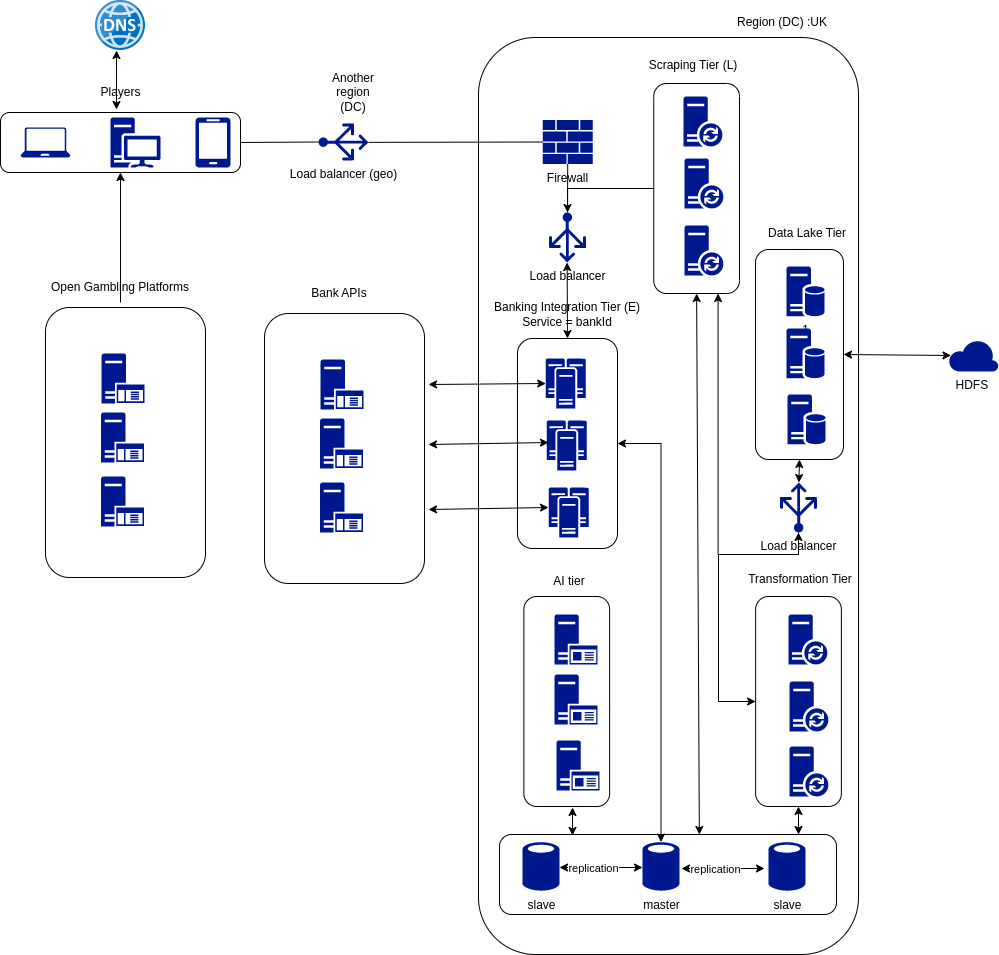
The draw.io diagram pictures/player_risk_score.drawio.png in hkravtsov/affordability, before a commit. Source tidied: cells renumbered, new cells last; positions are measured from the earlier drawing's top-left corner, leaving out a move shared by most shapes.
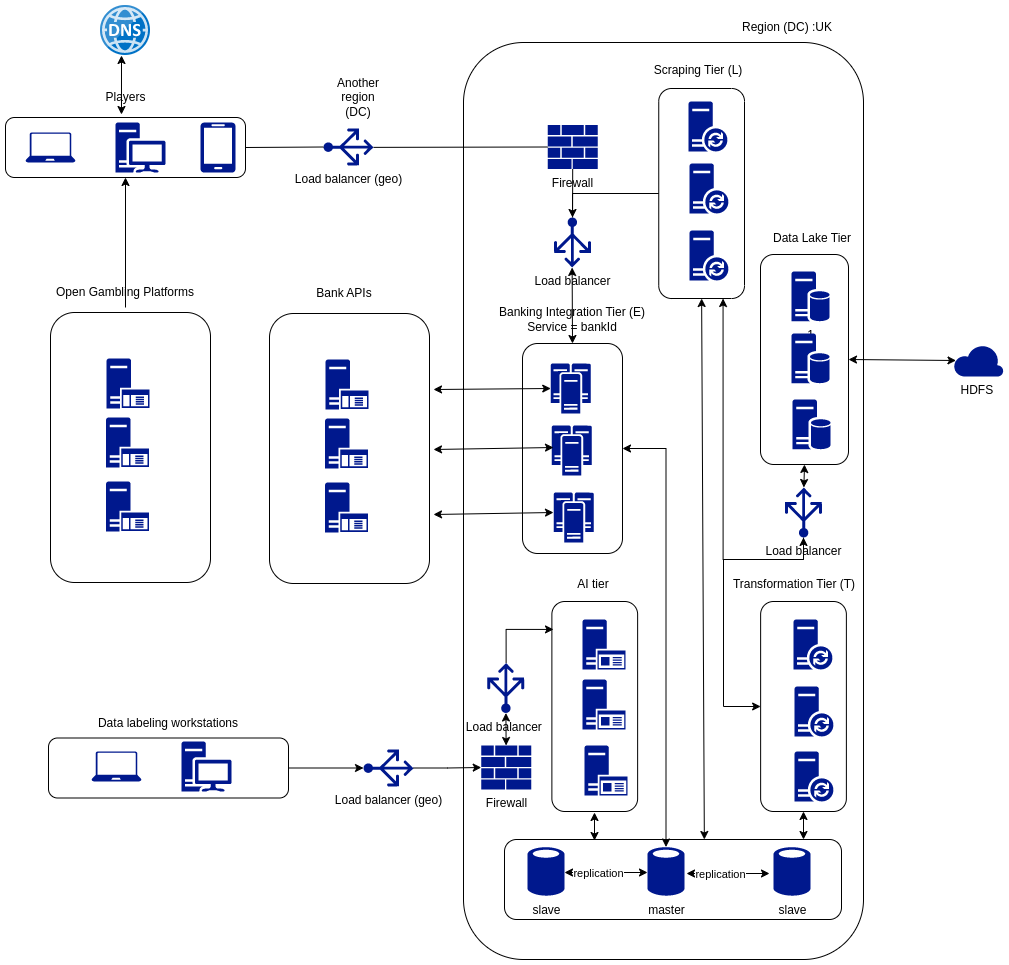
After the commit.

Commit message:
Architectural design -2

What changed in the source:
```diff
@@ -3,10 +3,10 @@
     <mxCell id="0" />
     <mxCell id="1" parent="0" />
     <mxCell id="2" style="rounded=1;whiteSpace=wrap;html=1;" parent="1" vertex="1">
-      <mxGeometry x="478" y="37" width="380" height="917" as="geometry" />
+      <mxGeometry x="458" y="37" width="400" height="917" as="geometry" />
     </mxCell>
     <mxCell id="3" style="rounded=1;whiteSpace=wrap;html=1;" parent="1" vertex="1">
-      <mxGeometry x="264" y="313" width="160" height="270" as="geometry" />
+      <mxGeometry x="264" y="308" width="160" height="270" as="geometry" />
     </mxCell>
     <mxCell id="4" value="Load balancer (geo)" style="sketch=0;shadow=0;dashed=0;html=1;strokeColor=none;labelPosition=center;verticalLabelPosition=bottom;verticalAlign=top;align=center;fillColor=#00188D;shape=mxgraph.azure.load_balancer_generic;direction=north;" parent="1" vertex="1">
       <mxGeometry x="318" y="123" width="50" height="37" as="geometry" />
@@ -38,16 +38,16 @@
       <mxGeometry relative="1" as="geometry" />
     </mxCell>
     <mxCell id="13" style="sketch=0;shadow=0;dashed=0;html=1;strokeColor=none;labelPosition=center;verticalLabelPosition=bottom;verticalAlign=top;align=center;fillColor=#00188D;shape=mxgraph.mscae.enterprise.application_server;" parent="1" vertex="1">
-      <mxGeometry x="320" y="359" width="43" height="50" as="geometry" />
+      <mxGeometry x="320" y="354" width="43" height="50" as="geometry" />
     </mxCell>
     <mxCell id="14" style="sketch=0;shadow=0;dashed=0;html=1;strokeColor=none;labelPosition=center;verticalLabelPosition=bottom;verticalAlign=top;align=center;fillColor=#00188D;shape=mxgraph.mscae.enterprise.application_server;" parent="1" vertex="1">
-      <mxGeometry x="319.5" y="418" width="43" height="50" as="geometry" />
+      <mxGeometry x="319.5" y="413" width="43" height="50" as="geometry" />
     </mxCell>
     <mxCell id="15" style="sketch=0;shadow=0;dashed=0;html=1;strokeColor=none;labelPosition=center;verticalLabelPosition=bottom;verticalAlign=top;align=center;fillColor=#00188D;shape=mxgraph.mscae.enterprise.application_server;" parent="1" vertex="1">
-      <mxGeometry x="319.5" y="482" width="43" height="50" as="geometry" />
+      <mxGeometry x="319.5" y="477" width="43" height="50" as="geometry" />
     </mxCell>
     <mxCell id="16" value="Bank APIs" style="text;html=1;align=center;verticalAlign=middle;whiteSpace=wrap;rounded=0;" parent="1" vertex="1">
-      <mxGeometry x="254" y="278" width="170" height="30" as="geometry" />
+      <mxGeometry x="254" y="273" width="170" height="30" as="geometry" />
     </mxCell>
     <mxCell id="17" style="rounded=1;whiteSpace=wrap;html=1;" parent="1" vertex="1">
       <mxGeometry x="517" y="338" width="100" height="210" as="geometry" />
@@ -191,14 +191,14 @@
     <mxCell id="57" style="rounded=1;whiteSpace=wrap;html=1;" parent="1" vertex="1">
       <mxGeometry x="755.1" y="596" width="85.8" height="210" as="geometry" />
     </mxCell>
-    <mxCell id="58" value="Transformation Tier" style="text;html=1;align=center;verticalAlign=middle;whiteSpace=wrap;rounded=0;" parent="1" vertex="1">
-      <mxGeometry x="714.5" y="564" width="170" height="30" as="geometry" />
+    <mxCell id="58" value="Transformation Tier (T)" style="text;html=1;align=center;verticalAlign=middle;whiteSpace=wrap;rounded=0;" parent="1" vertex="1">
+      <mxGeometry x="703.5" y="564" width="170" height="30" as="geometry" />
     </mxCell>
     <mxCell id="59" style="endArrow=classic;startArrow=classic;html=1;rounded=0;entryX=0.42;entryY=1;entryDx=0;entryDy=0;entryPerimeter=0;exitX=0.433;exitY=1.067;exitDx=0;exitDy=0;exitPerimeter=0;" parent="1" edge="1" source="31" target="30">
       <mxGeometry relative="1" as="geometry" />
     </mxCell>
     <mxCell id="60" style="rounded=1;whiteSpace=wrap;html=1;" parent="1" vertex="1">
-      <mxGeometry x="523.4" y="596" width="85.8" height="210" as="geometry" />
+      <mxGeometry x="546.4" y="596" width="85.8" height="210" as="geometry" />
     </mxCell>
     <mxCell id="61" style="sketch=0;shadow=0;dashed=0;html=1;strokeColor=none;labelPosition=center;verticalLabelPosition=bottom;verticalAlign=top;align=center;fillColor=#00188D;shape=mxgraph.mscae.enterprise.database_synchronization;" parent="1" vertex="1">
       <mxGeometry x="788" y="614" width="39" height="50" as="geometry" />
@@ -240,16 +240,16 @@
       <mxGeometry relative="1" as="geometry" />
     </mxCell>
     <mxCell id="72" style="sketch=0;shadow=0;dashed=0;html=1;strokeColor=none;labelPosition=center;verticalLabelPosition=bottom;verticalAlign=top;align=center;fillColor=#00188D;shape=mxgraph.mscae.enterprise.application_server2;" parent="1" vertex="1">
-      <mxGeometry x="554" y="614" width="43" height="50" as="geometry" />
+      <mxGeometry x="577" y="614" width="43" height="50" as="geometry" />
     </mxCell>
     <mxCell id="73" style="sketch=0;shadow=0;dashed=0;html=1;strokeColor=none;labelPosition=center;verticalLabelPosition=bottom;verticalAlign=top;align=center;fillColor=#00188D;shape=mxgraph.mscae.enterprise.application_server2;" parent="1" vertex="1">
-      <mxGeometry x="554" y="674" width="43" height="50" as="geometry" />
+      <mxGeometry x="577" y="674" width="43" height="50" as="geometry" />
     </mxCell>
     <mxCell id="74" style="sketch=0;shadow=0;dashed=0;html=1;strokeColor=none;labelPosition=center;verticalLabelPosition=bottom;verticalAlign=top;align=center;fillColor=#00188D;shape=mxgraph.mscae.enterprise.application_server2;" parent="1" vertex="1">
-      <mxGeometry x="556" y="740" width="43" height="50" as="geometry" />
+      <mxGeometry x="579" y="740" width="43" height="50" as="geometry" />
     </mxCell>
     <mxCell id="75" value="AI tier" style="text;html=1;align=center;verticalAlign=middle;whiteSpace=wrap;rounded=0;" parent="1" vertex="1">
-      <mxGeometry x="483.5" y="566" width="170" height="30" as="geometry" />
+      <mxGeometry x="502.5" y="564" width="170" height="30" as="geometry" />
     </mxCell>
     <mxCell id="76" style="endArrow=classic;html=1;rounded=0;entryX=0.5;entryY=1;entryDx=0;entryDy=0;startArrow=classic;startFill=1;endFill=1;" parent="1" edge="1" target="57">
       <mxGeometry relative="1" as="geometry">
@@ -258,9 +258,46 @@
     </mxCell>
     <mxCell id="77" style="endArrow=classic;html=1;rounded=0;entryX=0.5;entryY=1;entryDx=0;entryDy=0;startArrow=classic;startFill=1;endFill=1;" parent="1" edge="1">
       <mxGeometry relative="1" as="geometry">
-        <mxPoint x="572" y="835" as="sourcePoint" />
-        <mxPoint x="572" y="807" as="targetPoint" />
+        <mxPoint x="589" y="835" as="sourcePoint" />
+        <mxPoint x="589" y="807" as="targetPoint" />
       </mxGeometry>
     </mxCell>
+    <mxCell id="78" value="Load balancer (geo)" style="sketch=0;shadow=0;dashed=0;html=1;strokeColor=none;labelPosition=center;verticalLabelPosition=bottom;verticalAlign=top;align=center;fillColor=#00188D;shape=mxgraph.azure.load_balancer_generic;direction=north;" parent="1" vertex="1">
+      <mxGeometry x="358" y="744" width="50" height="37" as="geometry" />
+    </mxCell>
+    <mxCell id="79" style="rounded=1;whiteSpace=wrap;html=1;" parent="1" vertex="1">
+      <mxGeometry x="43" y="732.5" width="240" height="60" as="geometry" />
+    </mxCell>
+    <mxCell id="80" value="Firewall" style="sketch=0;shadow=0;dashed=0;html=1;strokeColor=none;labelPosition=center;verticalLabelPosition=bottom;verticalAlign=top;align=center;fillColor=#00188D;shape=mxgraph.mscae.enterprise.firewall;" parent="1" vertex="1">
+      <mxGeometry x="475.8" y="740" width="50" height="44" as="geometry" />
+    </mxCell>
+    <mxCell id="81" style="edgeStyle=none;rounded=0;jettySize=auto;html=1;startArrow=classic;startFill=1;" parent="1" edge="1" source="82" target="80">
+      <mxGeometry relative="1" as="geometry" />
+    </mxCell>
+    <mxCell id="82" value="Load balancer&amp;nbsp;" style="sketch=0;shadow=0;dashed=0;html=1;strokeColor=none;labelPosition=center;verticalLabelPosition=bottom;verticalAlign=top;align=center;fillColor=#00188D;shape=mxgraph.azure.load_balancer_generic;direction=west;" parent="1" vertex="1">
+      <mxGeometry x="481.8" y="657.5" width="37" height="50" as="geometry" />
+    </mxCell>
+    <mxCell id="83" style="edgeStyle=orthogonalEdgeStyle;rounded=0;jettySize=auto;html=1;exitX=0.49;exitY=1;exitDx=0;exitDy=0;exitPerimeter=0;entryX=0.019;entryY=0.133;entryDx=0;entryDy=0;entryPerimeter=0;" parent="1" edge="1" source="82" target="60">
+      <mxGeometry relative="1" as="geometry">
+        <Array as="points">
+          <mxPoint x="501" y="624" />
+        </Array>
+      </mxGeometry>
+    </mxCell>
+    <mxCell id="84" style="sketch=0;shadow=0;dashed=0;html=1;strokeColor=none;labelPosition=center;verticalLabelPosition=bottom;verticalAlign=top;align=center;fillColor=#00188D;shape=mxgraph.azure.laptop;" parent="1" vertex="1">
+      <mxGeometry x="86" y="746" width="50" height="30" as="geometry" />
+    </mxCell>
+    <mxCell id="85" style="sketch=0;shadow=0;dashed=0;html=1;strokeColor=none;labelPosition=center;verticalLabelPosition=bottom;verticalAlign=top;align=center;fillColor=#00188D;shape=mxgraph.mscae.enterprise.workstation_client;" parent="1" vertex="1">
+      <mxGeometry x="176" y="736" width="50" height="50" as="geometry" />
+    </mxCell>
+    <mxCell id="86" style="edgeStyle=orthogonalEdgeStyle;rounded=0;jettySize=auto;html=1;exitX=1;exitY=0.5;exitDx=0;exitDy=0;entryX=0.5;entryY=0;entryDx=0;entryDy=0;entryPerimeter=0;" parent="1" edge="1" source="79" target="78">
+      <mxGeometry relative="1" as="geometry" />
+    </mxCell>
+    <mxCell id="87" style="edgeStyle=orthogonalEdgeStyle;rounded=0;jettySize=auto;html=1;entryX=0;entryY=0.5;entryDx=0;entryDy=0;entryPerimeter=0;" parent="1" edge="1" source="78" target="80">
+      <mxGeometry relative="1" as="geometry" />
+    </mxCell>
+    <mxCell id="88" value="Data labeling workstations" style="text;html=1;align=center;verticalAlign=middle;whiteSpace=wrap;rounded=0;" parent="1" vertex="1">
+      <mxGeometry x="58" y="703" width="210" height="30" as="geometry" />
+    </mxCell>
   </root>
 </mxGraphModel>
```
